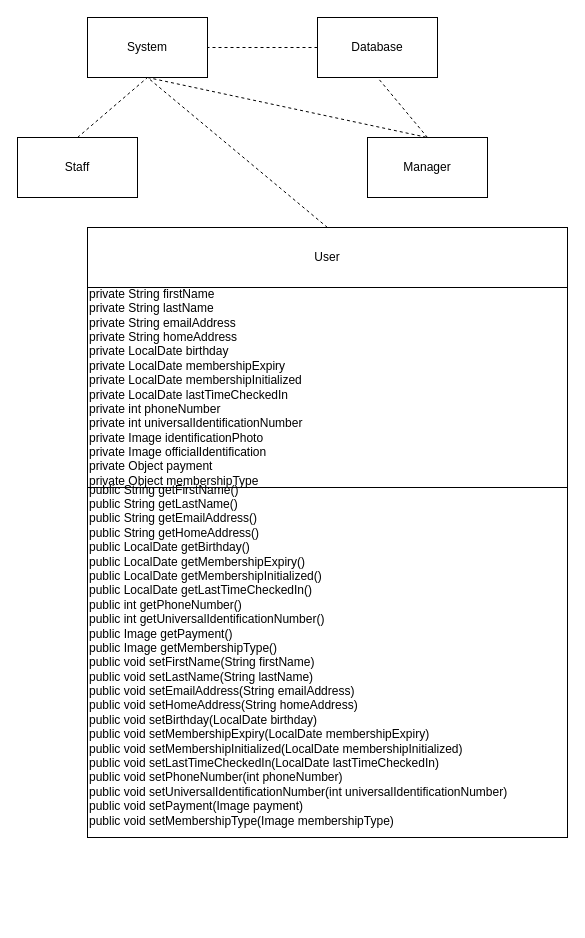
The draw.io diagram UMLDiagram.drawio in EricSpencer00/COMP330Group5, before the edit. Source tidied: cells renumbered, new cells numbered last; positions are measured from the earlier drawing's top-left corner, leaving out a move shared by most shapes. Both pictures are drawn from the tidied source at 100%, with x=0, y=0 at pixel (17, 17).
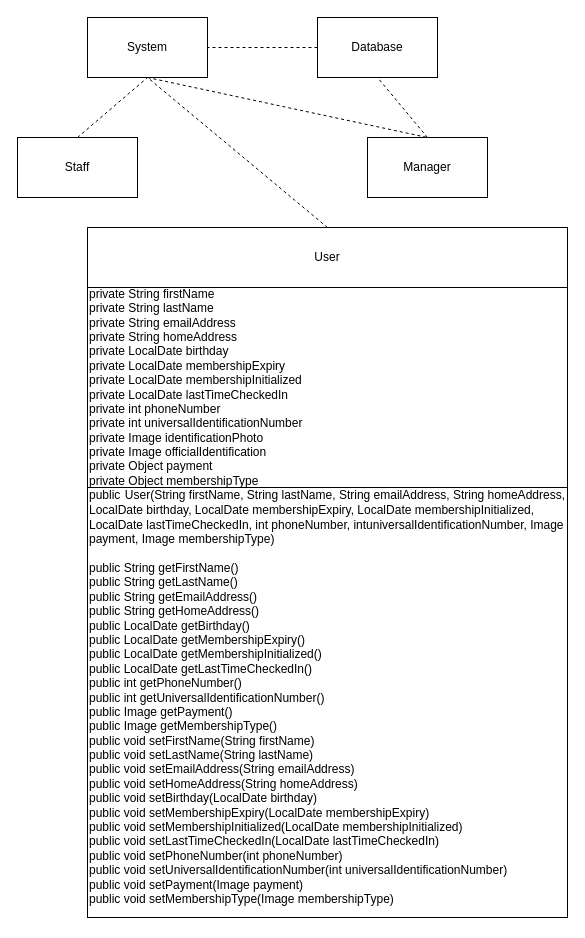
The same diagram, later.

Commit message:
User Constructor

What changed in the source:
```diff
@@
 <mxGraphModel>
   <root>
     <mxCell id="0" />
     <mxCell id="1" parent="0" />
     <mxCell id="2" value="System" style="rounded=0;whiteSpace=wrap;html=1;" parent="1" vertex="1">
       <mxGeometry x="70" width="120" height="60" as="geometry" />
     </mxCell>
     <mxCell id="3" value="Database" style="rounded=0;whiteSpace=wrap;html=1;" parent="1" vertex="1">
       <mxGeometry x="300" width="120" height="60" as="geometry" />
     </mxCell>
     <mxCell id="4" value="User" style="rounded=0;whiteSpace=wrap;html=1;" parent="1" vertex="1">
       <mxGeometry x="70" y="210" width="480" height="60" as="geometry" />
     </mxCell>
     <mxCell id="5" style="endArrow=none;dashed=1;html=1;rounded=0;entryX=0.5;entryY=1;entryDx=0;entryDy=0;exitX=0.5;exitY=0;exitDx=0;exitDy=0;" parent="1" edge="1" source="4" target="2">
       <mxGeometry relative="1" as="geometry" />
     </mxCell>
     <mxCell id="6" value="Manager" style="rounded=0;whiteSpace=wrap;html=1;" parent="1" vertex="1">
       <mxGeometry x="350" y="120" width="120" height="60" as="geometry" />
     </mxCell>
     <mxCell id="7" value="Staff" style="rounded=0;whiteSpace=wrap;html=1;" parent="1" vertex="1">
       <mxGeometry y="120" width="120" height="60" as="geometry" />
     </mxCell>
     <mxCell id="8" style="endArrow=none;dashed=1;html=1;rounded=0;exitX=0.5;exitY=0;exitDx=0;exitDy=0;entryX=0.5;entryY=1;entryDx=0;entryDy=0;" parent="1" edge="1" source="7" target="2">
       <mxGeometry relative="1" as="geometry" />
     </mxCell>
     <mxCell id="9" style="endArrow=none;dashed=1;html=1;rounded=0;entryX=0.5;entryY=0;entryDx=0;entryDy=0;exitX=0.5;exitY=1;exitDx=0;exitDy=0;" parent="1" edge="1" source="2" target="6">
       <mxGeometry relative="1" as="geometry" />
     </mxCell>
     <mxCell id="10" style="endArrow=none;dashed=1;html=1;rounded=0;entryX=1;entryY=0.5;entryDx=0;entryDy=0;exitX=0;exitY=0.5;exitDx=0;exitDy=0;" parent="1" edge="1" source="3" target="2">
       <mxGeometry relative="1" as="geometry" />
     </mxCell>
     <mxCell id="11" style="endArrow=none;dashed=1;html=1;rounded=0;exitX=0.5;exitY=0;exitDx=0;exitDy=0;entryX=0.5;entryY=1;entryDx=0;entryDy=0;" parent="1" edge="1" source="6" target="3">
       <mxGeometry relative="1" as="geometry" />
     </mxCell>
     <mxCell id="12" value="private String firstName&lt;div&gt;private String lastName&lt;/div&gt;&lt;div&gt;private String emailAddress&lt;/div&gt;&lt;div&gt;private String homeAddress&lt;/div&gt;&lt;div&gt;private LocalDate birthday&lt;/div&gt;&lt;div&gt;private LocalDate membershipExpiry&lt;/div&gt;&lt;div&gt;private LocalDate membershipInitialized&lt;/div&gt;&lt;div&gt;private LocalDate lastTimeCheckedIn&lt;/div&gt;&lt;div&gt;private int phoneNumber&lt;/div&gt;&lt;div&gt;private int universalIdentificationNumber&lt;/div&gt;&lt;div&gt;private Image identificationPhoto&lt;/div&gt;&lt;div&gt;private Image officialIdentification&lt;/div&gt;&lt;div&gt;private Object payment&lt;/div&gt;&lt;div&gt;private Object membershipType&amp;nbsp;&lt;/div&gt;" style="rounded=0;whiteSpace=wrap;html=1;align=left;" parent="1" vertex="1">
       <mxGeometry x="70" y="270" width="480" height="200" as="geometry" />
     </mxCell>
-    <mxCell id="13" value="public String getFirstName()&lt;div&gt;public String getLastName()&lt;/div&gt;&lt;div&gt;public String getEmailAddress()&lt;/div&gt;&lt;div&gt;public String getHomeAddress()&lt;/div&gt;&lt;div&gt;public LocalDate getBirthday()&lt;/div&gt;&lt;div&gt;public LocalDate getMembershipExpiry()&lt;br&gt;&lt;/div&gt;&lt;div&gt;public LocalDate getMembershipInitialized()&lt;br&gt;&lt;/div&gt;&lt;div&gt;public LocalDate getLastTimeCheckedIn()&lt;br&gt;&lt;/div&gt;&lt;div&gt;public int getPhoneNumber()&lt;/div&gt;&lt;div&gt;public int getUniversalIdentificationNumber()&lt;br&gt;&lt;/div&gt;&lt;div&gt;public Image getPayment()&lt;br&gt;&lt;/div&gt;&lt;div&gt;public Image getMembershipType()&lt;/div&gt;&lt;div&gt;&lt;div&gt;public void setFirstName(String firstName)&amp;nbsp;&lt;/div&gt;&lt;div&gt;public void setLastName(String lastName)&amp;nbsp;&lt;/div&gt;&lt;div&gt;public void setEmailAddress(String emailAddress)&amp;nbsp;&lt;/div&gt;&lt;div&gt;public void setHomeAddress(String homeAddress)&amp;nbsp;&lt;/div&gt;&lt;div&gt;public void setBirthday(LocalDate birthday)&amp;nbsp;&lt;/div&gt;&lt;div&gt;public void setMembershipExpiry(LocalDate membershipExpiry)&amp;nbsp;&lt;/div&gt;&lt;div&gt;public void setMembershipInitialized(LocalDate membershipInitialized)&amp;nbsp;&lt;/div&gt;&lt;div&gt;public void setLastTimeCheckedIn(LocalDate lastTimeCheckedIn)&amp;nbsp;&lt;/div&gt;&lt;div&gt;public void setPhoneNumber(int phoneNumber)&amp;nbsp;&lt;/div&gt;&lt;div&gt;public void setUniversalIdentificationNumber(int universalIdentificationNumber)&amp;nbsp;&lt;/div&gt;&lt;div&gt;public void setPayment(Image payment)&amp;nbsp;&lt;/div&gt;&lt;div&gt;public void setMembershipType(Image membershipType)&amp;nbsp;&lt;/div&gt;&lt;/div&gt;&lt;div&gt;&lt;br&gt;&lt;/div&gt;" style="rounded=0;whiteSpace=wrap;html=1;align=left;" parent="1" vertex="1">
-      <mxGeometry x="70" y="470" width="480" height="350" as="geometry" />
+    <mxCell id="13" value="&lt;div&gt;&lt;span class=&quot;hljs-keyword&quot;&gt;public&lt;/span&gt;&lt;span style=&quot;font-size: medium;&quot;&gt;&amp;nbsp;&lt;/span&gt;&lt;span class=&quot;hljs-title function_&quot;&gt;User&lt;/span&gt;&lt;span class=&quot;hljs-params&quot;&gt;(String firstName, String lastName, String emailAddress, String homeAddress, LocalDate birthday, LocalDate membershipExpiry, LocalDate membershipInitialized, LocalDate lastTimeCheckedIn,&amp;nbsp;&lt;span class=&quot;hljs-type&quot;&gt;int&lt;/span&gt;&amp;nbsp;phoneNumber,&amp;nbsp;&lt;span class=&quot;hljs-type&quot;&gt;int&lt;/span&gt;universalIdentificationNumber, Image payment, Image membershipType)&lt;/span&gt;&lt;br&gt;&lt;/div&gt;&lt;div&gt;&lt;span class=&quot;hljs-params&quot;&gt;&lt;br&gt;&lt;/span&gt;&lt;/div&gt;public String getFirstName()&lt;div&gt;public String getLastName()&lt;/div&gt;&lt;div&gt;public String getEmailAddress()&lt;/div&gt;&lt;div&gt;public String getHomeAddress()&lt;/div&gt;&lt;div&gt;public LocalDate getBirthday()&lt;/div&gt;&lt;div&gt;public LocalDate getMembershipExpiry()&lt;br&gt;&lt;/div&gt;&lt;div&gt;public LocalDate getMembershipInitialized()&lt;br&gt;&lt;/div&gt;&lt;div&gt;public LocalDate getLastTimeCheckedIn()&lt;br&gt;&lt;/div&gt;&lt;div&gt;public int getPhoneNumber()&lt;/div&gt;&lt;div&gt;public int getUniversalIdentificationNumber()&lt;br&gt;&lt;/div&gt;&lt;div&gt;public Image getPayment()&lt;br&gt;&lt;/div&gt;&lt;div&gt;public Image getMembershipType()&lt;/div&gt;&lt;div&gt;&lt;div&gt;public void setFirstName(String firstName)&amp;nbsp;&lt;/div&gt;&lt;div&gt;public void setLastName(String lastName)&amp;nbsp;&lt;/div&gt;&lt;div&gt;public void setEmailAddress(String emailAddress)&amp;nbsp;&lt;/div&gt;&lt;div&gt;public void setHomeAddress(String homeAddress)&amp;nbsp;&lt;/div&gt;&lt;div&gt;public void setBirthday(LocalDate birthday)&amp;nbsp;&lt;/div&gt;&lt;div&gt;public void setMembershipExpiry(LocalDate membershipExpiry)&amp;nbsp;&lt;/div&gt;&lt;div&gt;public void setMembershipInitialized(LocalDate membershipInitialized)&amp;nbsp;&lt;/div&gt;&lt;div&gt;public void setLastTimeCheckedIn(LocalDate lastTimeCheckedIn)&amp;nbsp;&lt;/div&gt;&lt;div&gt;public void setPhoneNumber(int phoneNumber)&amp;nbsp;&lt;/div&gt;&lt;div&gt;public void setUniversalIdentificationNumber(int universalIdentificationNumber)&amp;nbsp;&lt;/div&gt;&lt;div&gt;public void setPayment(Image payment)&amp;nbsp;&lt;/div&gt;&lt;div&gt;public void setMembershipType(Image membershipType)&amp;nbsp;&lt;/div&gt;&lt;/div&gt;&lt;div&gt;&lt;br&gt;&lt;/div&gt;" style="rounded=0;whiteSpace=wrap;html=1;align=left;" parent="1" vertex="1">
+      <mxGeometry x="70" y="470" width="480" height="430" as="geometry" />
     </mxCell>
   </root>
 </mxGraphModel>
```
